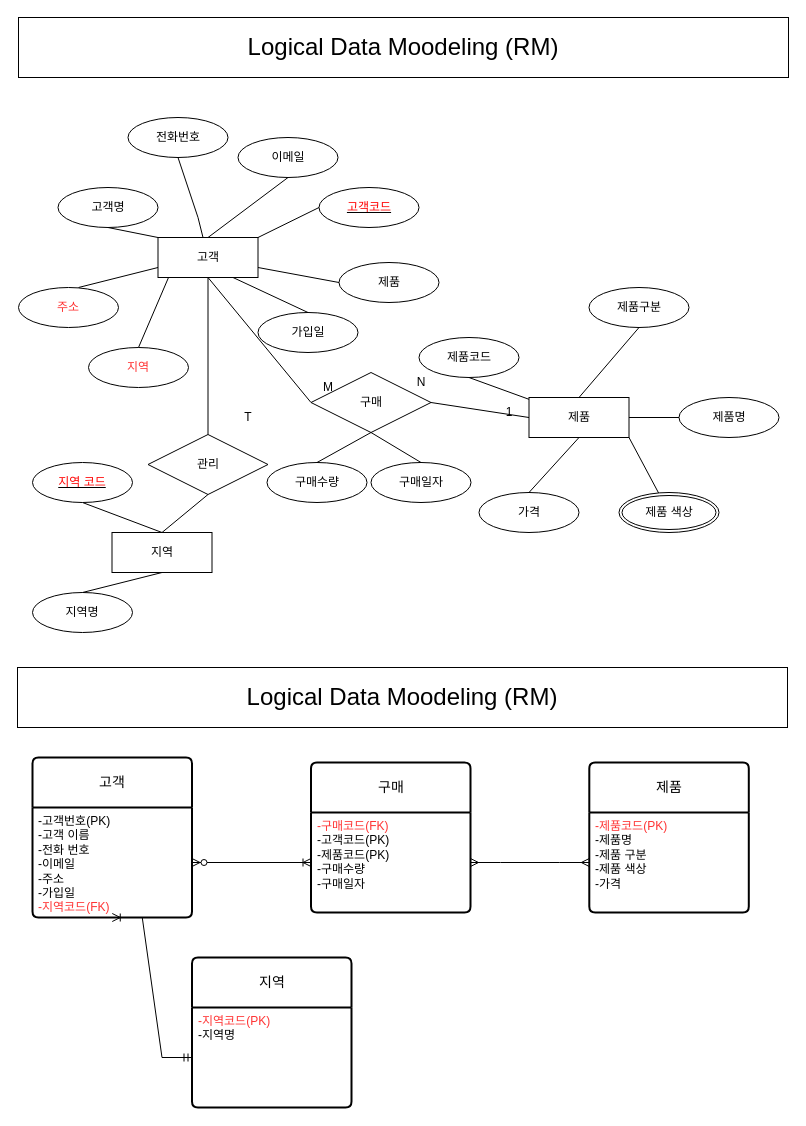
The draw.io diagram page "페이지-2" (2 of 2) of erd.drawio in dao9933/ai8erd, before the edit. Source tidied: cells renumbered, new cells numbered last; positions are measured from the earlier drawing's top-left corner, leaving out a move shared by most shapes. Both pictures are drawn from the tidied source at 100%, with x=0, y=0 at pixel (17, 17).
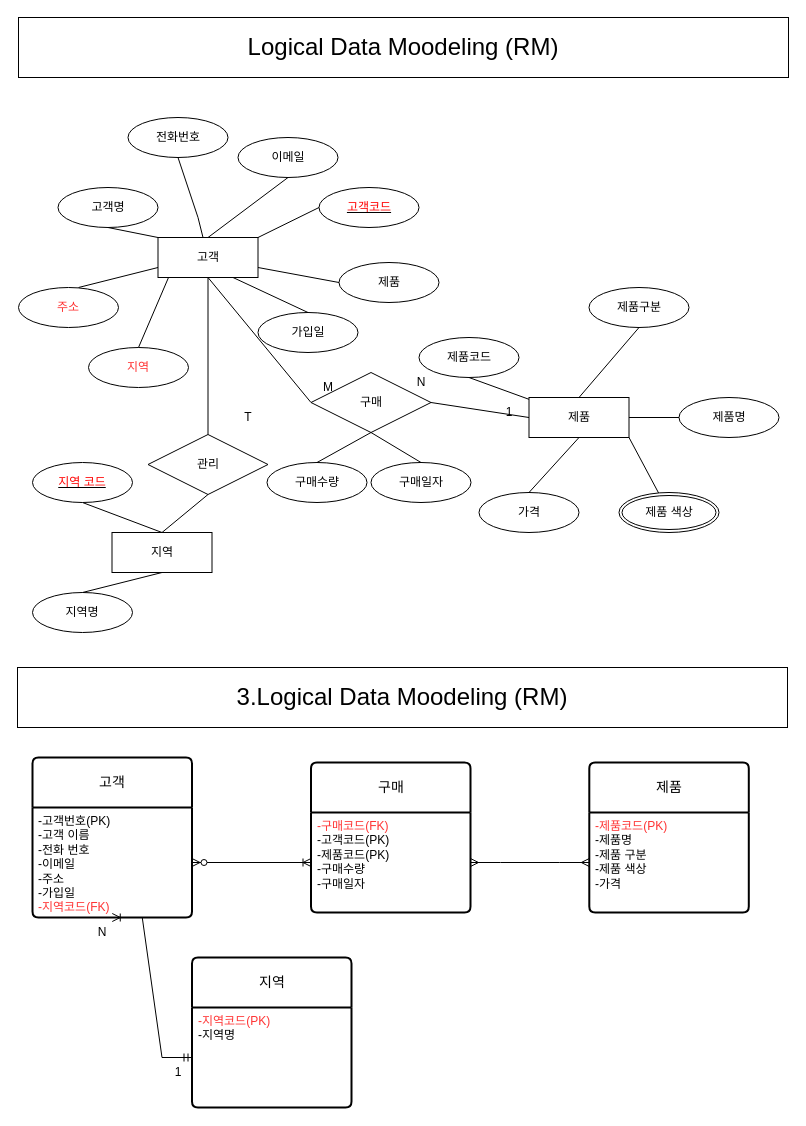
After the change.

What changed in the source:
```diff
@@
-    <mxCell id="61" value="&lt;font style=&quot;font-size: 24px;&quot;&gt;Logical Data Moodeling (RM)&lt;/font&gt;" style="rounded=0;whiteSpace=wrap;html=1;" parent="1" vertex="1">
+    <mxCell id="61" value="&lt;font style=&quot;font-size: 24px;&quot;&gt;3.Logical Data Moodeling (RM)&lt;/font&gt;" style="rounded=0;whiteSpace=wrap;html=1;" parent="1" vertex="1">
       <mxGeometry y="650" width="770" height="60" as="geometry" />
     </mxCell>
+    <mxCell id="62" value="N" style="text;html=1;strokeColor=none;fillColor=none;align=center;verticalAlign=middle;whiteSpace=wrap;rounded=0;" parent="1" vertex="1">
+      <mxGeometry x="55" y="900" width="60" height="30" as="geometry" />
+    </mxCell>
+    <mxCell id="63" value="1" style="text;html=1;strokeColor=none;fillColor=none;align=center;verticalAlign=middle;whiteSpace=wrap;rounded=0;" parent="1" vertex="1">
+      <mxGeometry x="130.5" y="1040" width="60" height="30" as="geometry" />
+    </mxCell>
```
